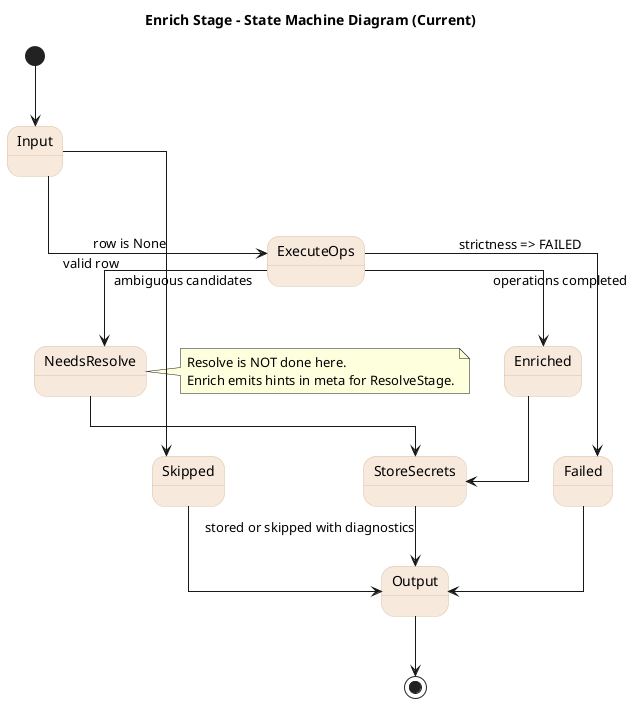
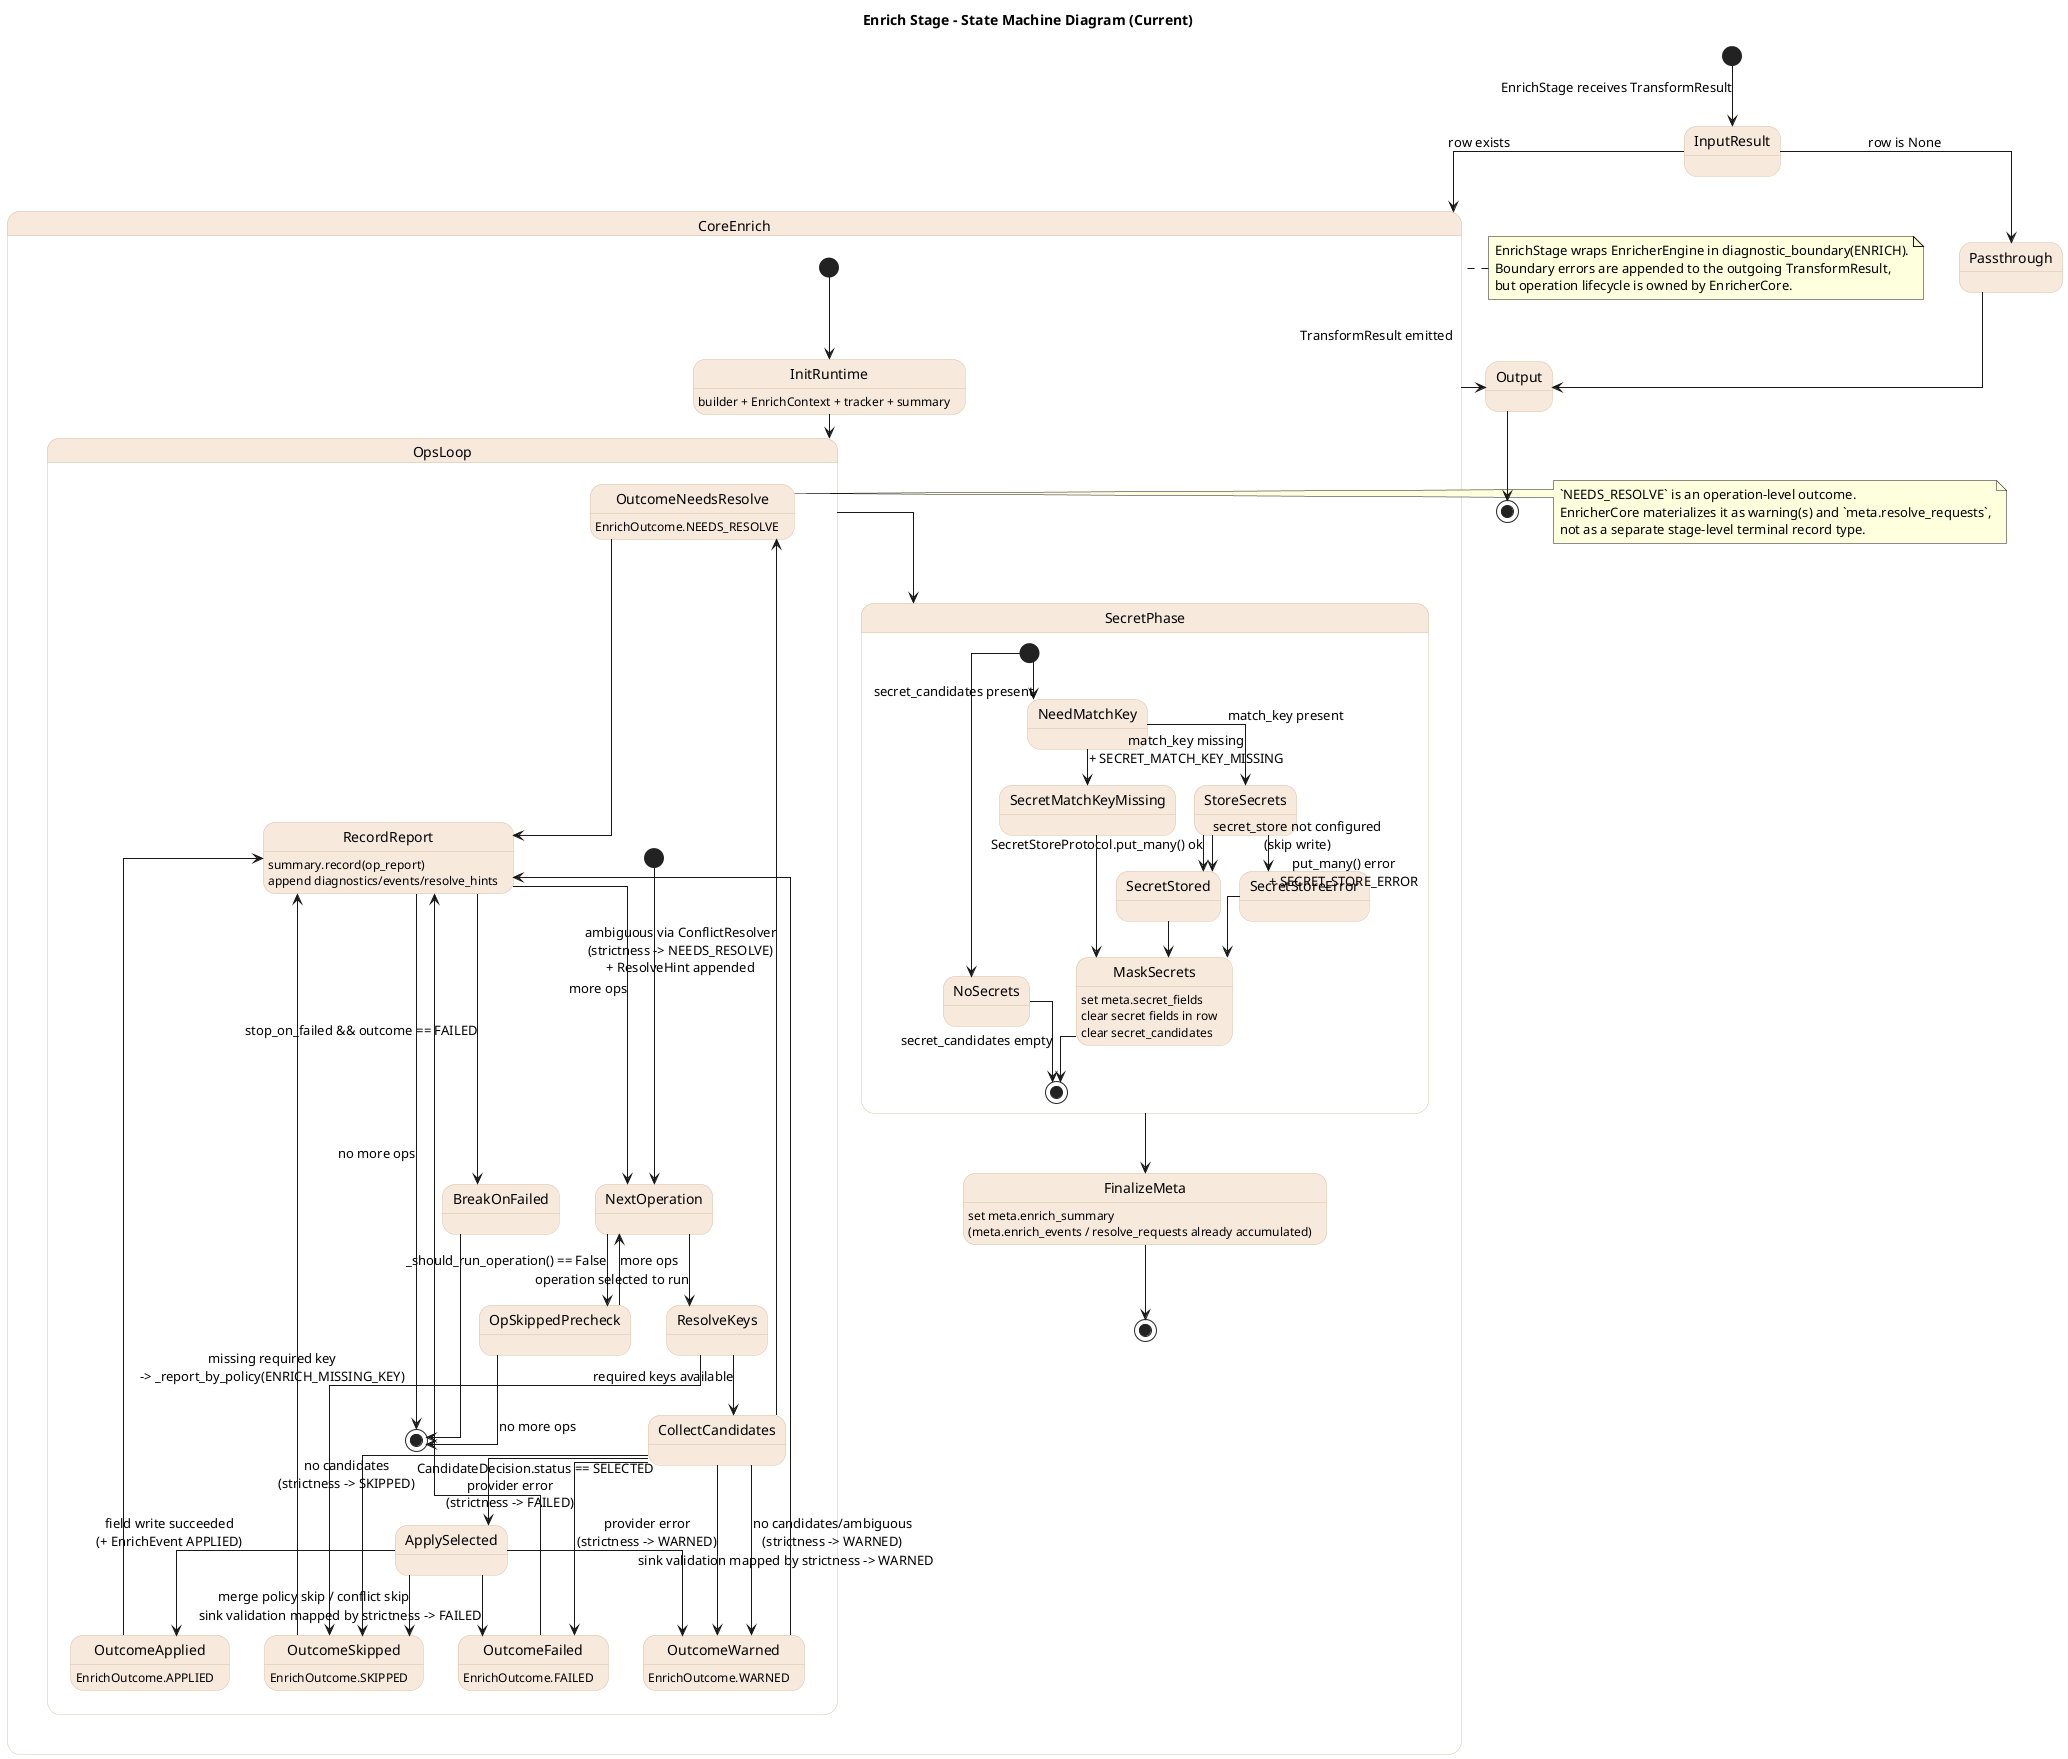
@startuml
title Enrich Stage - State Machine Diagram (Current)
skinparam backgroundColor white
skinparam linetype ortho
skinparam defaultFontName Arial
skinparam state {
  BackgroundColor #f7e9dc
  BorderColor #d9c2a8
}

- [*] --> Input
- Input --> Skipped : row is None
- Input --> ExecuteOps : valid row
+ [*] --> InputResult : EnrichStage receives TransformResult

- ExecuteOps --> NeedsResolve : ambiguous candidates
- ExecuteOps --> Failed : strictness => FAILED
- ExecuteOps --> Enriched : operations completed
+ InputResult --> Passthrough : row is None
+ InputResult --> CoreEnrich : row exists

- NeedsResolve --> StoreSecrets
- Enriched --> StoreSecrets
- Failed --> Output
- Skipped --> Output
+ state CoreEnrich {
+   [*] --> InitRuntime
+   InitRuntime : builder + EnrichContext + tracker + summary
+   InitRuntime --> OpsLoop

- StoreSecrets --> Output : stored or skipped with diagnostics
+   state OpsLoop {
+     [*] --> NextOperation
+ 
+     NextOperation --> OpSkippedPrecheck : _should_run_operation() == False
+     NextOperation --> ResolveKeys : operation selected to run
+ 
+     OpSkippedPrecheck --> NextOperation : more ops
+     OpSkippedPrecheck --> [*] : no more ops
+ 
+     ResolveKeys --> OutcomeSkipped : missing required key\n-> _report_by_policy(ENRICH_MISSING_KEY)
+     ResolveKeys --> CollectCandidates : required keys available
+ 
+     CollectCandidates --> OutcomeWarned : provider error\n(strictness -> WARNED)
+     CollectCandidates --> OutcomeFailed : provider error\n(strictness -> FAILED)
+     CollectCandidates --> OutcomeNeedsResolve : ambiguous via ConflictResolver\n(strictness -> NEEDS_RESOLVE)\n+ ResolveHint appended
+     CollectCandidates --> OutcomeSkipped : no candidates\n(strictness -> SKIPPED)
+     CollectCandidates --> OutcomeWarned : no candidates/ambiguous\n(strictness -> WARNED)
+     CollectCandidates --> ApplySelected : CandidateDecision.status == SELECTED
+ 
+     ApplySelected --> OutcomeSkipped : merge policy skip / conflict skip
+     ApplySelected --> OutcomeWarned : sink validation mapped by strictness -> WARNED
+     ApplySelected --> OutcomeFailed : sink validation mapped by strictness -> FAILED
+     ApplySelected --> OutcomeApplied : field write succeeded\n(+ EnrichEvent APPLIED)
+ 
+     OutcomeApplied : EnrichOutcome.APPLIED
+     OutcomeSkipped : EnrichOutcome.SKIPPED
+     OutcomeWarned : EnrichOutcome.WARNED
+     OutcomeFailed : EnrichOutcome.FAILED
+     OutcomeNeedsResolve : EnrichOutcome.NEEDS_RESOLVE
+ 
+     OutcomeApplied --> RecordReport
+     OutcomeSkipped --> RecordReport
+     OutcomeWarned --> RecordReport
+     OutcomeFailed --> RecordReport
+     OutcomeNeedsResolve --> RecordReport
+ 
+     RecordReport : summary.record(op_report)\nappend diagnostics/events/resolve_hints
+     RecordReport --> BreakOnFailed : stop_on_failed && outcome == FAILED
+     RecordReport --> NextOperation : more ops
+     RecordReport --> [*] : no more ops
+     BreakOnFailed --> [*]
+   }
+ 
+   OpsLoop --> SecretPhase
+ 
+   state SecretPhase {
+     [*] --> NoSecrets
+     NoSecrets --> [*] : secret_candidates empty
+ 
+     [*] --> NeedMatchKey : secret_candidates present
+     NeedMatchKey --> SecretMatchKeyMissing : match_key missing\n+ SECRET_MATCH_KEY_MISSING
+     NeedMatchKey --> StoreSecrets : match_key present
+ 
+     StoreSecrets --> SecretStored : SecretStoreProtocol.put_many() ok
+     StoreSecrets --> SecretStoreError : put_many() error\n+ SECRET_STORE_ERROR
+     StoreSecrets --> SecretStored : secret_store not configured\n(skip write)
+ 
+     SecretMatchKeyMissing --> MaskSecrets
+     SecretStored --> MaskSecrets
+     SecretStoreError --> MaskSecrets
+     MaskSecrets : set meta.secret_fields\nclear secret fields in row\nclear secret_candidates
+     MaskSecrets --> [*]
+   }
+ 
+   SecretPhase --> FinalizeMeta
+   FinalizeMeta : set meta.enrich_summary\n(meta.enrich_events / resolve_requests already accumulated)
+   FinalizeMeta --> [*]
+ }
+ 
+ CoreEnrich --> Output : TransformResult emitted
+ Passthrough --> Output
Output --> [*]

- note right of NeedsResolve
- Resolve is NOT done here.
- Enrich emits hints in meta for ResolveStage.
+ note right of OutcomeNeedsResolve
+ `NEEDS_RESOLVE` is an operation-level outcome.
+ EnricherCore materializes it as warning(s) and `meta.resolve_requests`,
+ not as a separate stage-level terminal record type.
+ end note
+ 
+ note left of CoreEnrich
+ EnrichStage wraps EnricherEngine in diagnostic_boundary(ENRICH).
+ Boundary errors are appended to the outgoing TransformResult,
+ but operation lifecycle is owned by EnricherCore.
end note

@enduml
